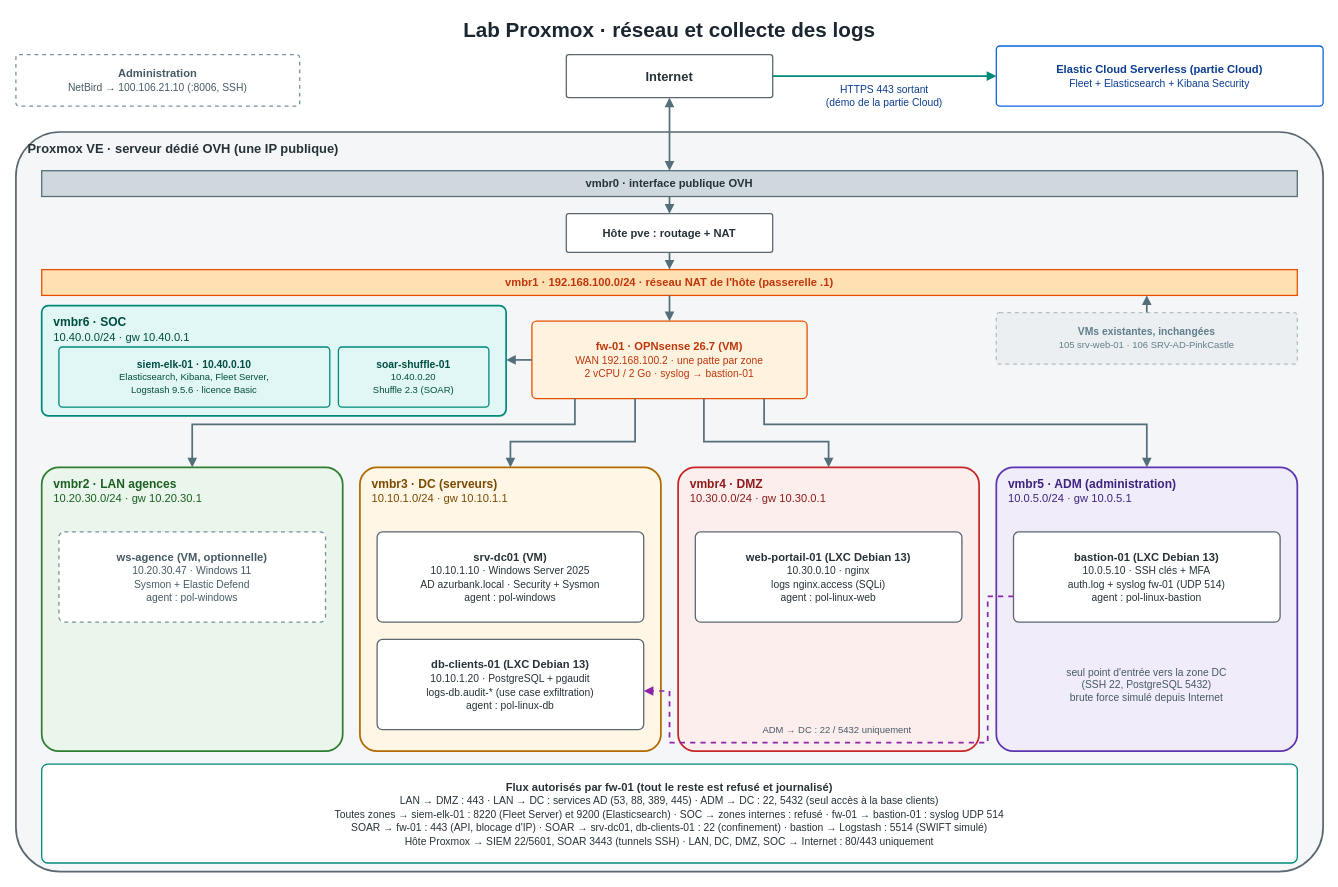
Jacob-dot-bit/soc-azur-bank-elastic keeps this draw.io diagram as 02 - Architecture et infra/schemas/lab-proxmox.drawio. Above is the earlier version. Source tidied: cells renumbered, new cells numbered last; positions are measured from the earlier drawing's top-left corner, leaving out a move shared by most shapes. Both pictures are drawn from the tidied source at 86%, with x=0, y=0 at pixel (15, 15).
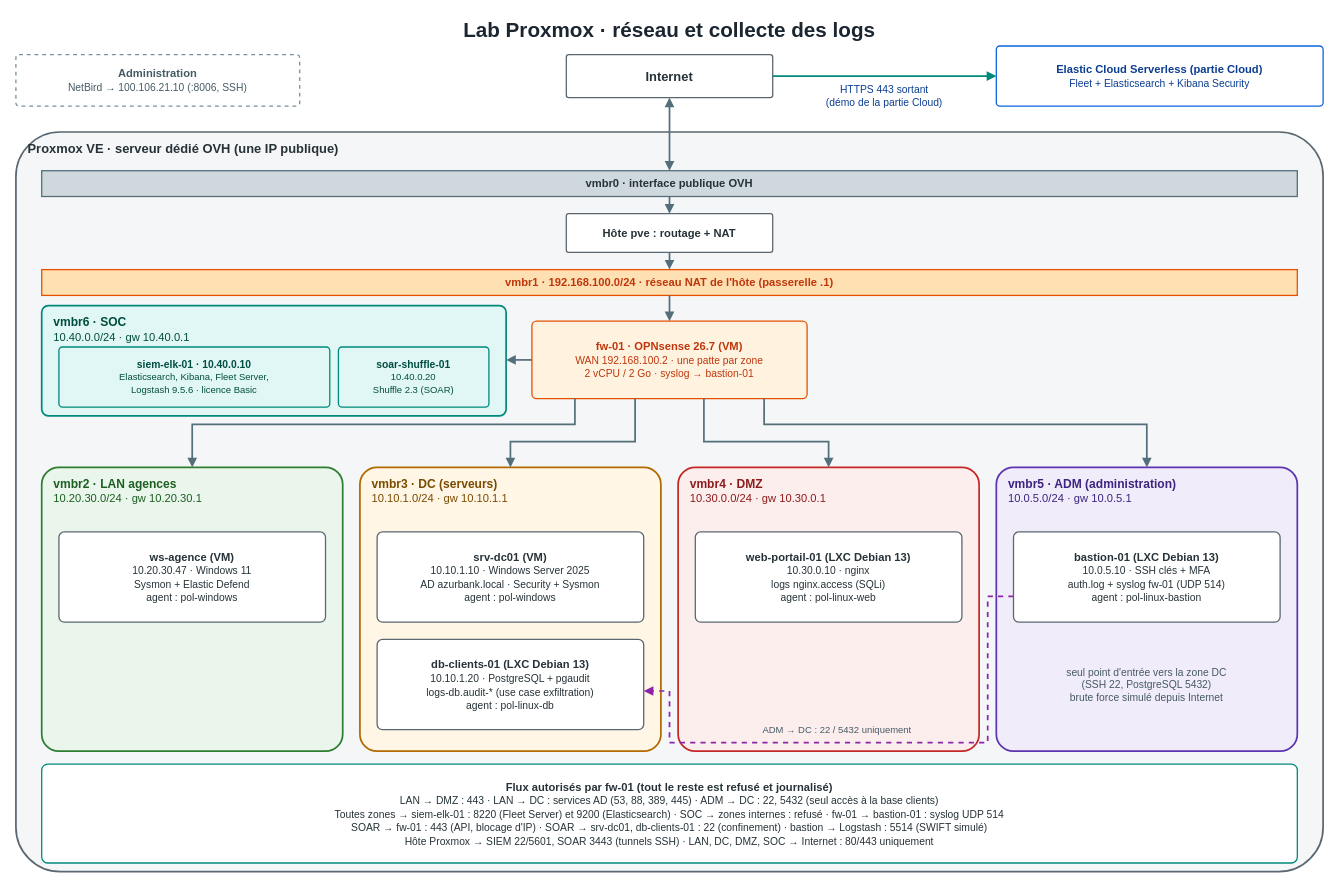
After the change.

The change refers to these unchanged cells:
```xml
<mxCell id="11" value="&lt;b&gt;vmbr1 · 192.168.100.0/24 · réseau NAT de l'hôte (passerelle .1)&lt;/b&gt;" style="html=1;whiteSpace=wrap;fontFamily=Helvetica;fontSize=13;fontColor=#BF360C;align=center;verticalAlign=middle;fillColor=#FFE0B2;strokeColor=#E65100;rounded=0;arcSize=6;strokeWidth=1.5;" parent="1" vertex="1">
  <mxGeometry x="30" y="296" width="1460" height="30" as="geometry" />
</mxCell>
```

What changed in the source:
```diff
@@
-    <mxCell id="12" value="&lt;b&gt;VMs existantes, inchangées&lt;/b&gt;&lt;br&gt;&lt;font style=&quot;font-size:11px&quot;&gt;105 srv-web-01 · 106 SRV-AD-PinkCastle&lt;/font&gt;" style="html=1;whiteSpace=wrap;fontFamily=Helvetica;fontSize=12;fontColor=#607D8B;align=center;verticalAlign=middle;fillColor=#ECEFF1;strokeColor=#B0BEC5;rounded=1;arcSize=6;strokeWidth=1.5;dashed=1;" parent="1" vertex="1">
-      <mxGeometry x="1140" y="346" width="350" height="60" as="geometry" />
-    </mxCell>
@@
-    <mxCell id="16" style="edgeStyle=none;html=1;rounded=0;endArrow=block;endFill=1;strokeColor=#546E7A;strokeWidth=2;exitX=0.5000;exitY=0.0000;exitDx=0;exitDy=0;entryX=0.8801;entryY=1.0000;entryDx=0;entryDy=0;" parent="1" edge="1" source="12" target="11">
-      <mxGeometry relative="1" as="geometry" />
-    </mxCell>
@@
-    <mxCell id="27" value="&lt;b&gt;ws-agence (VM, optionnelle)&lt;/b&gt;&lt;br&gt;&lt;font style=&quot;font-size:12px&quot;&gt;10.20.30.47 · Windows 11&lt;br&gt;Sysmon + Elastic Defend&lt;br&gt;agent : pol-windows&lt;/font&gt;" style="html=1;whiteSpace=wrap;fontFamily=Helvetica;fontSize=13;fontColor=#455A64;align=center;verticalAlign=middle;fillColor=#FFFFFF;strokeColor=#78909C;rounded=1;arcSize=6;strokeWidth=1.5;dashed=1;" parent="1" vertex="1">
+    <mxCell id="27" value="&lt;b&gt;ws-agence (VM)&lt;/b&gt;&lt;br&gt;&lt;font style=&quot;font-size:12px&quot;&gt;10.20.30.47 · Windows 11&lt;br&gt;Sysmon + Elastic Defend&lt;br&gt;agent : pol-windows&lt;/font&gt;" style="html=1;whiteSpace=wrap;fontFamily=Helvetica;fontSize=13;fontColor=#263238;align=center;verticalAlign=middle;fillColor=#FFFFFF;strokeColor=#5B6770;rounded=1;arcSize=6;strokeWidth=1.5;" parent="1" vertex="1">
       <mxGeometry x="50" y="601" width="310" height="105" as="geometry" />
     </mxCell>
```
